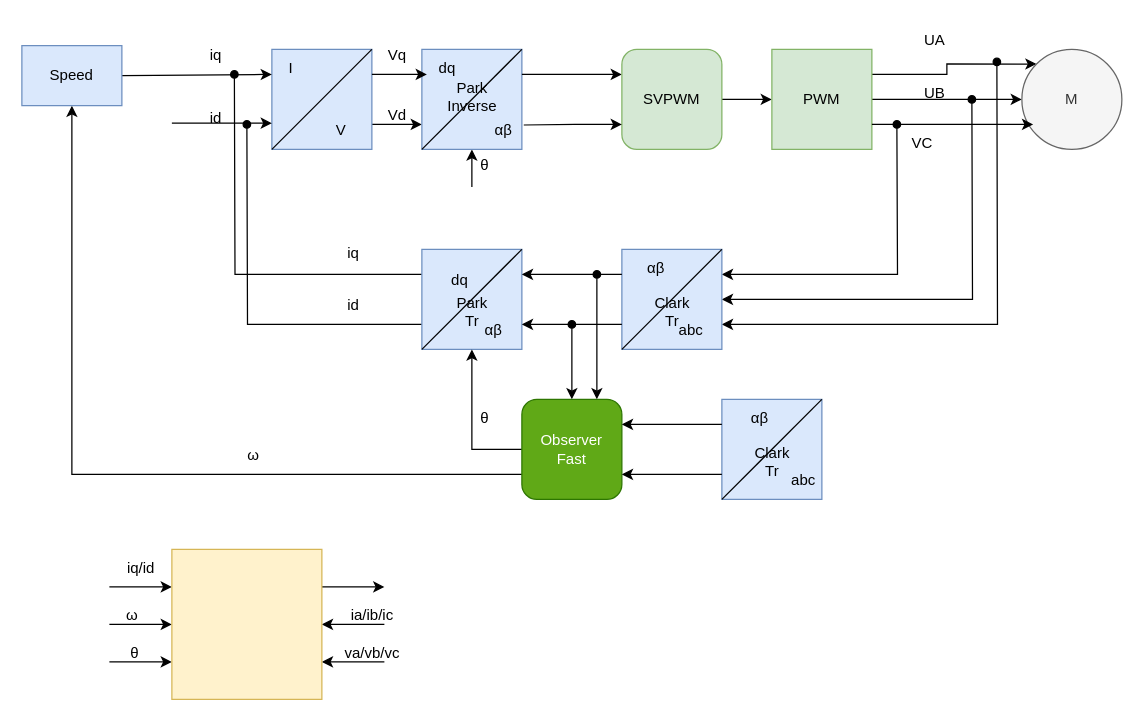
Earlier version of the draw.io diagram page "简化示意图" (2 of 3) of FoC 核心算法分析.drawio (Vinson-001/Blog-flow-chart). Source tidied: cells renumbered, new cells numbered last; positions are measured from the earlier drawing's top-left corner, leaving out a move shared by most shapes. Both pictures are drawn from the tidied source at 125%, with x=0, y=0 at pixel (21, 21).
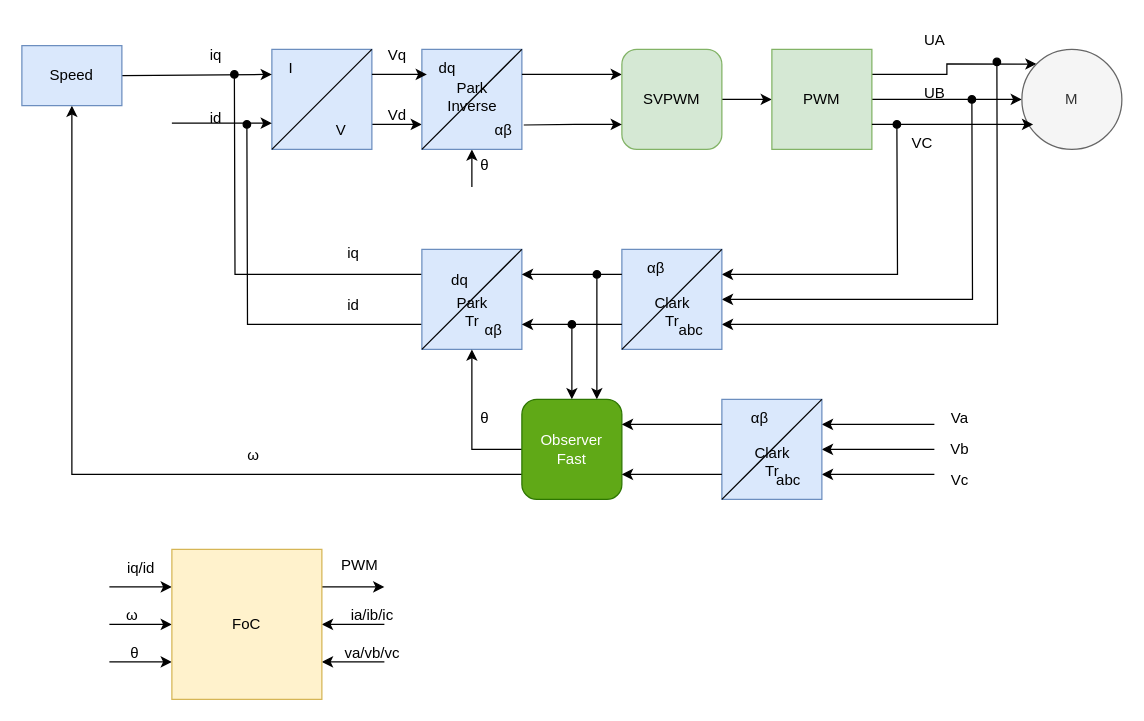
The same page after the edit.

Commit message:
更新FoC 核心算法分析.drawio

Unchanged cells that the change refers to:
```xml
<mxCell id="52" style="group;" parent="1" vertex="1">
  <mxGeometry x="560" y="302" width="85" height="80" as="geometry" />
</mxCell>
<mxCell id="53" style="rounded=0;whiteSpace=wrap;html=1;fillColor=#dae8fc;strokeColor=#6c8ebf;" parent="52" vertex="1">
  <mxGeometry width="80" height="80" as="geometry" />
</mxCell>
```

Change to the diagram source:
```diff
@@
+    <mxCell id="82" style="edgeStyle=orthogonalEdgeStyle;rounded=0;jettySize=auto;html=1;exitX=1;exitY=0.25;exitDx=0;exitDy=0;endArrow=none;endFill=0;startArrow=classic;startFill=1;" parent="52" edge="1" source="53">
+      <mxGeometry relative="1" as="geometry">
+        <mxPoint x="170" y="20" as="targetPoint" />
+      </mxGeometry>
+    </mxCell>
+    <mxCell id="83" style="edgeStyle=orthogonalEdgeStyle;rounded=0;jettySize=auto;html=1;exitX=1;exitY=0.5;exitDx=0;exitDy=0;endArrow=none;endFill=0;startArrow=classic;startFill=1;" parent="52" edge="1" source="53">
+      <mxGeometry relative="1" as="geometry">
+        <mxPoint x="170" y="40" as="targetPoint" />
+      </mxGeometry>
+    </mxCell>
+    <mxCell id="84" style="edgeStyle=orthogonalEdgeStyle;rounded=0;jettySize=auto;html=1;exitX=1;exitY=0.75;exitDx=0;exitDy=0;endArrow=none;endFill=0;startArrow=classic;startFill=1;" parent="52" edge="1" source="53">
+      <mxGeometry relative="1" as="geometry">
+        <mxPoint x="170" y="60" as="targetPoint" />
+      </mxGeometry>
+    </mxCell>
@@
     <mxCell id="55" value="abc" style="text;html=1;align=center;verticalAlign=middle;strokeColor=none;fillColor=none;" parent="52" vertex="1">
-      <mxGeometry x="45" y="50" width="40" height="30" as="geometry" />
+      <mxGeometry x="33" y="50" width="40" height="30" as="geometry" />
     </mxCell>
@@
-    <mxCell id="76" style="rounded=0;whiteSpace=wrap;html=1;fillColor=#fff2cc;strokeColor=#d6b656;" parent="1" vertex="1">
+    <mxCell id="76" value="FoC" style="rounded=0;whiteSpace=wrap;html=1;fillColor=#fff2cc;strokeColor=#d6b656;" parent="1" vertex="1">
       <mxGeometry x="120" y="422" width="120" height="120" as="geometry" />
     </mxCell>
@@
+    <mxCell id="85" value="Va" style="text;html=1;align=center;verticalAlign=middle;strokeColor=none;fillColor=none;" parent="1" vertex="1">
+      <mxGeometry x="730" y="302" width="40" height="30" as="geometry" />
+    </mxCell>
+    <mxCell id="86" value="Vb" style="text;html=1;align=center;verticalAlign=middle;strokeColor=none;fillColor=none;" parent="1" vertex="1">
+      <mxGeometry x="730" y="327" width="40" height="30" as="geometry" />
+    </mxCell>
+    <mxCell id="87" value="Vc" style="text;html=1;align=center;verticalAlign=middle;strokeColor=none;fillColor=none;" parent="1" vertex="1">
+      <mxGeometry x="730" y="352" width="40" height="30" as="geometry" />
+    </mxCell>
+    <mxCell id="88" value="PWM" style="text;html=1;align=center;verticalAlign=middle;strokeColor=none;fillColor=none;" parent="1" vertex="1">
+      <mxGeometry x="245" y="420" width="50" height="30" as="geometry" />
+    </mxCell>
```
